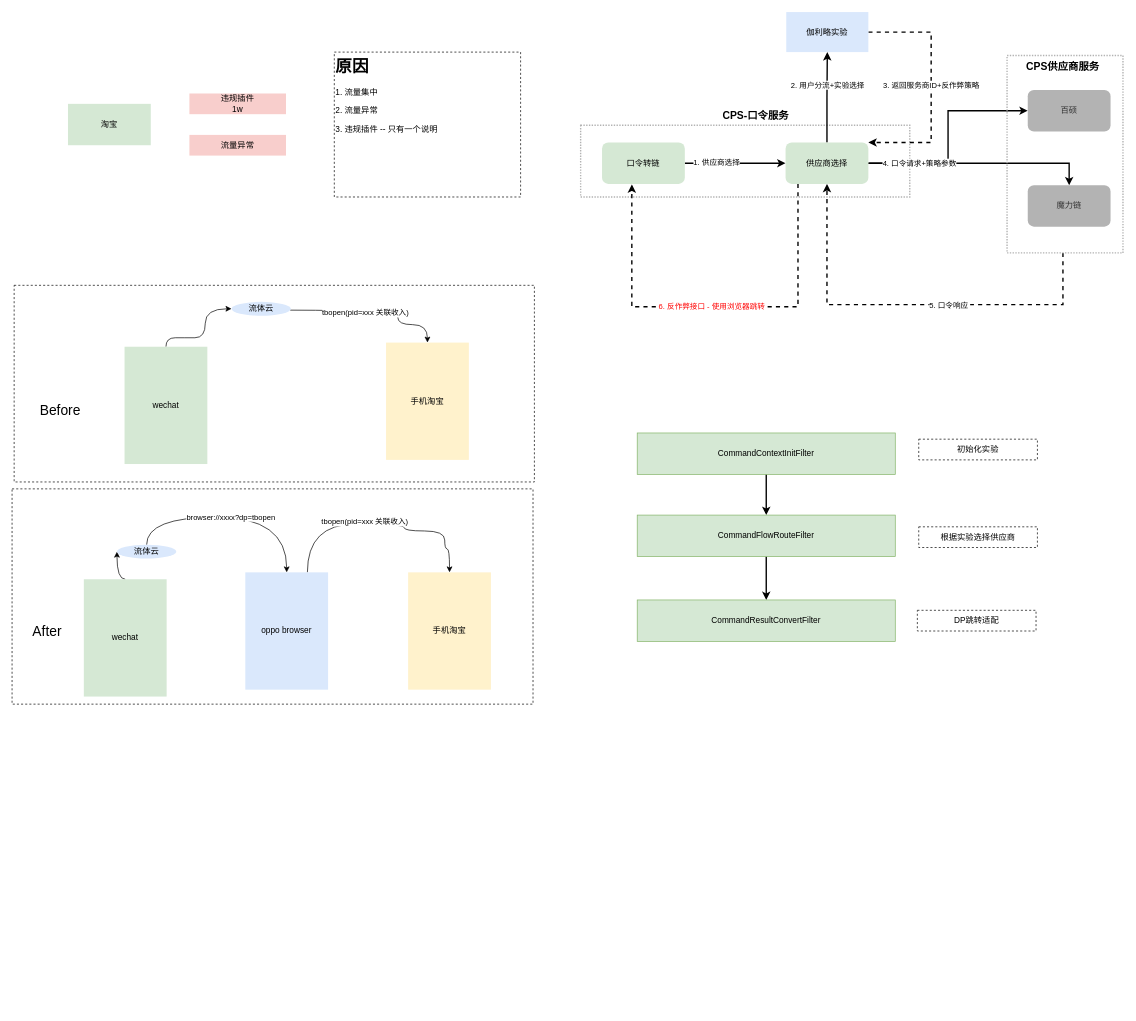
karlchan-cn/drawio-repository keeps this draw.io diagram as page "CPS流量异常" (5 of 20) of universal-engine/CPS.drawio. Above is the earlier version. Source tidied: cells renumbered, new cells numbered last; positions are measured from the earlier drawing's top-left corner, leaving out a move shared by most shapes. Both pictures are drawn from the tidied source at 69%, with x=0, y=0 at pixel (12, 12).
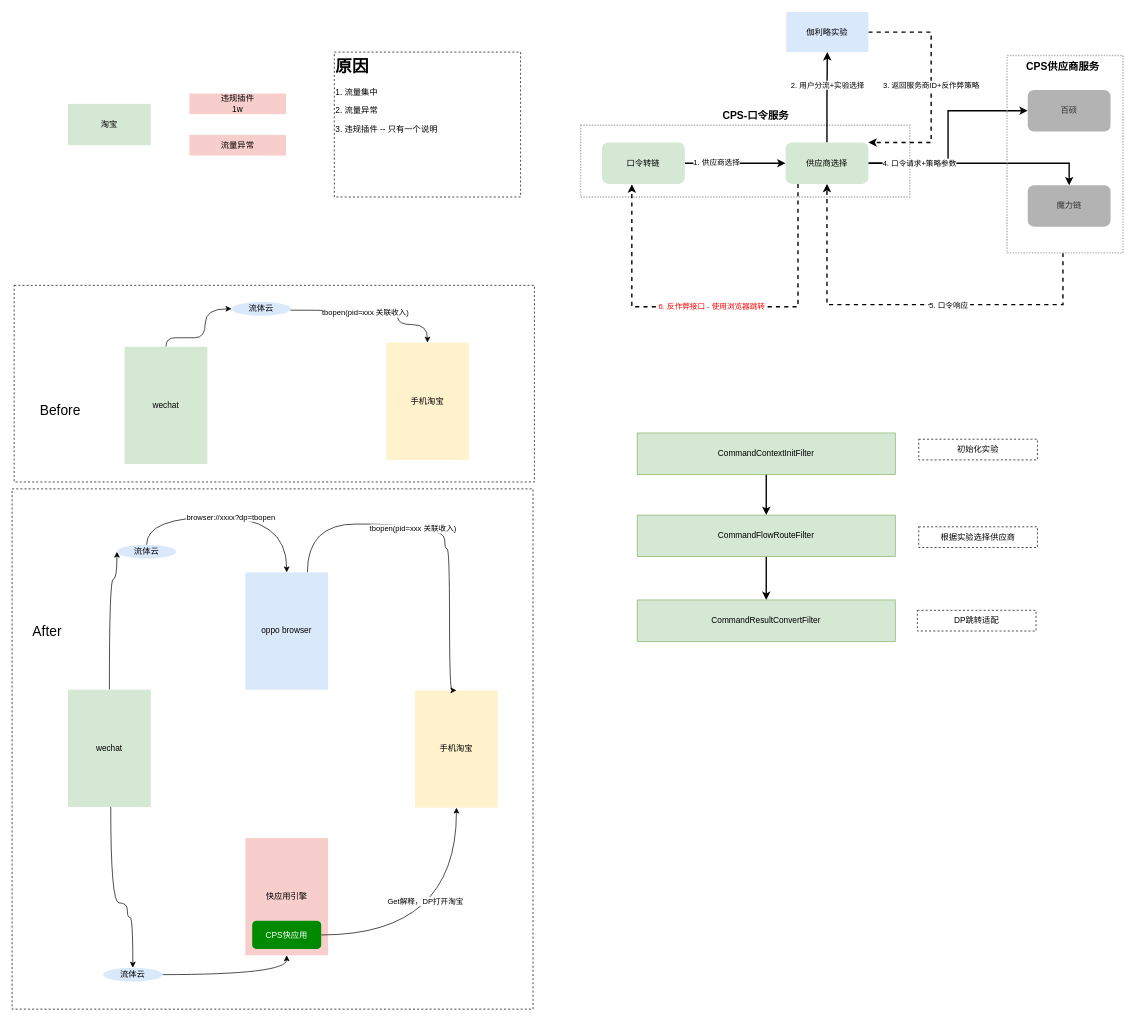
The same diagram, later.

What changed in the source:
```diff
@@
     <mxCell id="3" style="rounded=0;whiteSpace=wrap;html=1;dashed=1;fillColor=none;" parent="1" vertex="1">
-      <mxGeometry y="691" width="755" height="312" as="geometry" />
+      <mxGeometry y="691" width="755" height="754" as="geometry" />
     </mxCell>
@@
     <mxCell id="15" value="wechat" style="rounded=0;whiteSpace=wrap;html=1;fillColor=#d5e8d4;strokeColor=none;" parent="1" vertex="1">
-      <mxGeometry x="104" y="822" width="120" height="170" as="geometry" />
+      <mxGeometry x="81" y="982" width="120" height="170" as="geometry" />
     </mxCell>
@@
     <mxCell id="18" value="手机淘宝" style="rounded=0;whiteSpace=wrap;html=1;fillColor=#fff2cc;strokeColor=none;" parent="1" vertex="1">
-      <mxGeometry x="574" y="812" width="120" height="170" as="geometry" />
+      <mxGeometry x="584" y="983" width="120" height="170" as="geometry" />
     </mxCell>
@@
+    <mxCell id="54" value="快应用引擎" style="rounded=0;whiteSpace=wrap;html=1;fillColor=#f8cecc;strokeColor=none;" parent="1" vertex="1">
+      <mxGeometry x="338" y="1197" width="120" height="170" as="geometry" />
+    </mxCell>
+    <mxCell id="55" style="edgeStyle=orthogonalEdgeStyle;rounded=0;jettySize=auto;html=1;curved=1;" parent="1" edge="1" source="57" target="18">
+      <mxGeometry relative="1" as="geometry" />
+    </mxCell>
+    <mxCell id="56" value="Get解释，DP打开淘宝" style="edgeLabel;html=1;align=center;verticalAlign=middle;" parent="55" vertex="1">
+      <mxGeometry x="0.29" y="46" relative="1" as="geometry" />
+    </mxCell>
+    <mxCell id="57" value="CPS快应用" style="rounded=1;whiteSpace=wrap;html=1;fillColor=#008a00;fontColor=#ffffff;strokeColor=none;" parent="1" vertex="1">
+      <mxGeometry x="348" y="1317" width="100" height="41" as="geometry" />
+    </mxCell>
+    <mxCell id="58" style="edgeStyle=orthogonalEdgeStyle;rounded=0;jettySize=auto;html=1;entryX=0.5;entryY=0;entryDx=0;entryDy=0;curved=1;" parent="1" edge="1" source="15" target="60">
+      <mxGeometry relative="1" as="geometry">
+        <Array as="points">
+          <mxPoint x="143" y="1291" />
+          <mxPoint x="167" y="1291" />
+          <mxPoint x="167" y="1312" />
+          <mxPoint x="175" y="1312" />
+        </Array>
+      </mxGeometry>
+    </mxCell>
+    <mxCell id="59" style="edgeStyle=orthogonalEdgeStyle;rounded=0;jettySize=auto;html=1;entryX=0.5;entryY=1;entryDx=0;entryDy=0;curved=1;" parent="1" edge="1" source="60" target="54">
+      <mxGeometry relative="1" as="geometry" />
+    </mxCell>
+    <mxCell id="60" value="流体云" style="ellipse;whiteSpace=wrap;html=1;fillColor=#dae8fc;strokeColor=none;" parent="1" vertex="1">
+      <mxGeometry x="132" y="1385" width="86" height="20" as="geometry" />
+    </mxCell>
```
